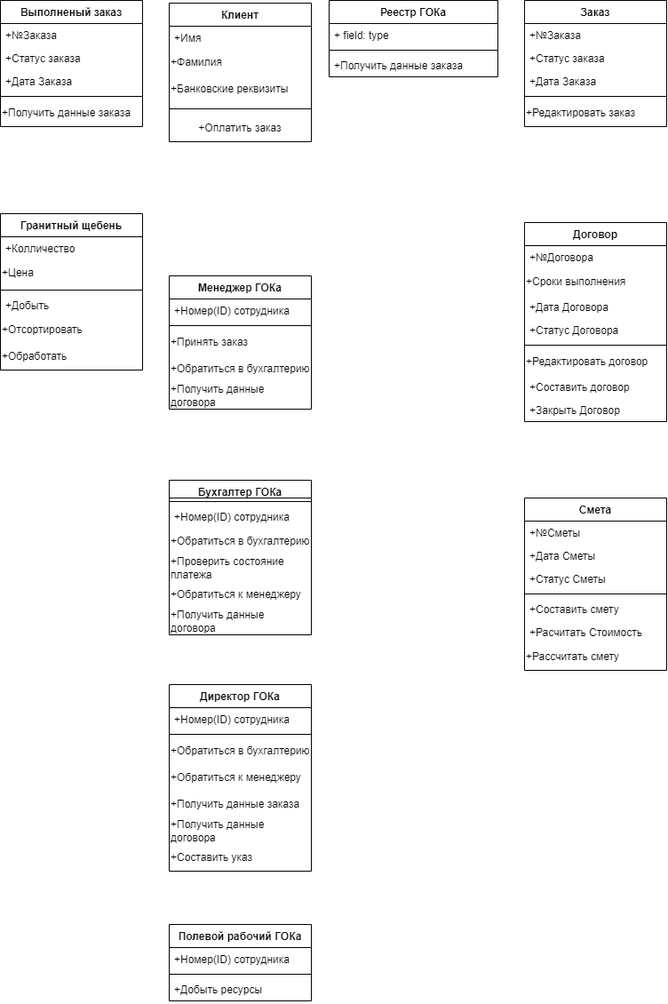
Earlier version of the draw.io export Class_Diagram.drawio.png (Awftf/UML). Source tidied: cells renumbered, new cells last; positions are measured from the earlier drawing's top-left corner, leaving out a move shared by most shapes.
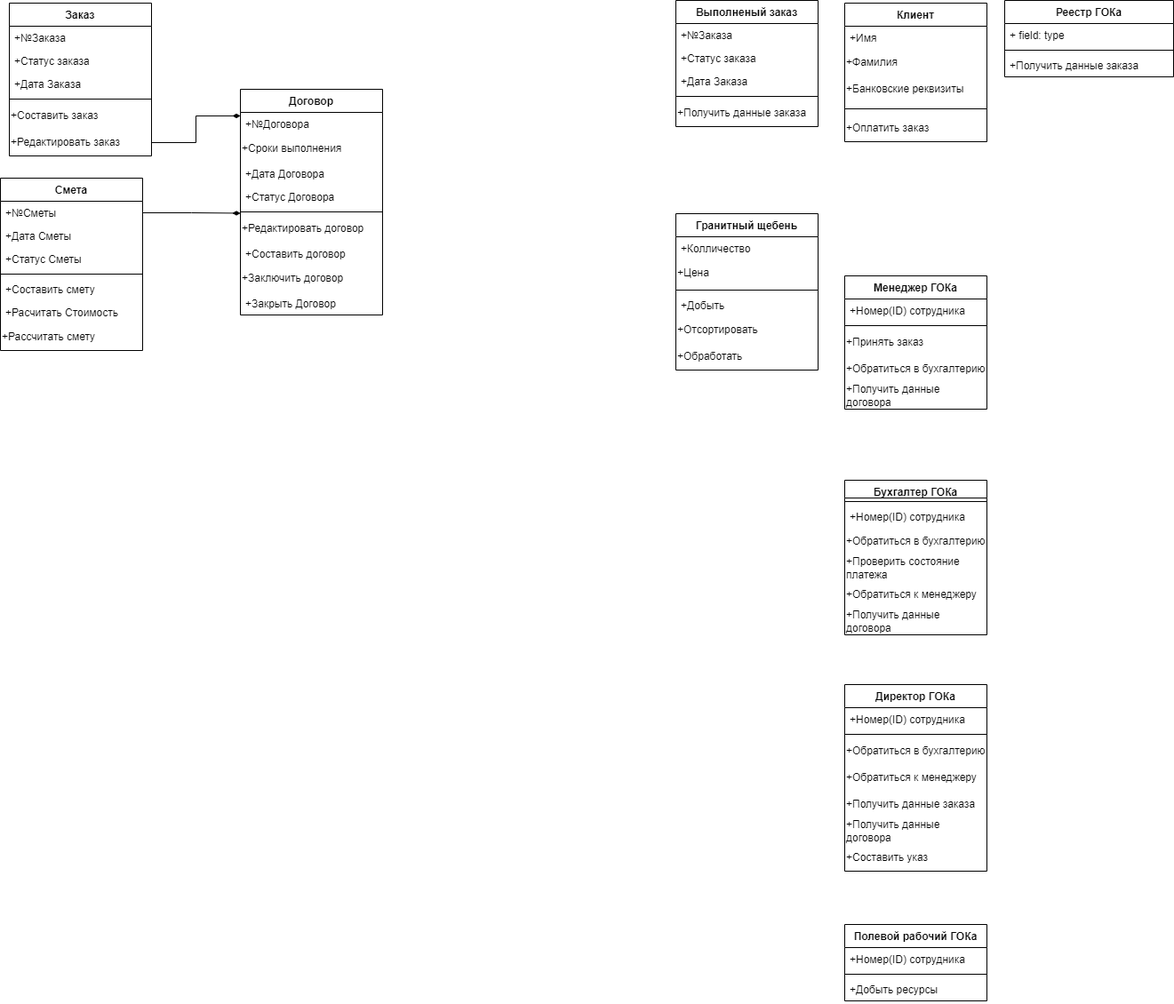
Above is the later version.

The edit, as a diff of the source:
```diff
@@ -15,7 +15,7 @@
       <mxGeometry y="60" width="160" height="26" as="geometry" />
     </mxCell>
     <mxCell id="6" value="Договор" style="swimlane;fontStyle=1;align=center;verticalAlign=top;horizontal=1;startSize=26;" parent="1" vertex="1">
-      <mxGeometry x="590" y="250" width="160" height="224" as="geometry" />
+      <mxGeometry x="-490" y="100" width="160" height="254" as="geometry" />
     </mxCell>
     <mxCell id="7" value="+№Договора" style="text;strokeColor=none;fillColor=none;align=left;verticalAlign=top;spacingLeft=4;spacingRight=4;overflow=hidden;points=[[0,0.5],[1,0.5]];portConstraint=eastwest;" parent="6" vertex="1">
       <mxGeometry y="26" width="160" height="26" as="geometry" />
@@ -38,11 +38,14 @@
     <mxCell id="13" value="+Составить договор" style="text;strokeColor=none;fillColor=none;align=left;verticalAlign=top;spacingLeft=4;spacingRight=4;overflow=hidden;" parent="6" vertex="1">
       <mxGeometry y="172" width="160" height="26" as="geometry" />
     </mxCell>
+    <mxCell id="74" value="+Заключить договор" style="text;html=1;strokeColor=none;fillColor=none;align=left;verticalAlign=middle;whiteSpace=wrap;rounded=0;" parent="6" vertex="1">
+      <mxGeometry y="198" width="160" height="30" as="geometry" />
+    </mxCell>
     <mxCell id="14" value="+Закрыть Договор" style="text;strokeColor=none;fillColor=none;align=left;verticalAlign=top;spacingLeft=4;spacingRight=4;overflow=hidden;" parent="6" vertex="1">
-      <mxGeometry y="198" width="160" height="26" as="geometry" />
+      <mxGeometry y="228" width="160" height="26" as="geometry" />
     </mxCell>
     <mxCell id="15" value="Заказ" style="swimlane;fontStyle=1;align=center;verticalAlign=top;horizontal=1;startSize=26;" parent="1" vertex="1">
-      <mxGeometry x="590" width="160" height="142" as="geometry" />
+      <mxGeometry x="-750" y="3" width="160" height="172" as="geometry" />
     </mxCell>
     <mxCell id="16" value="+№Заказа" style="text;strokeColor=none;fillColor=none;align=left;verticalAlign=top;spacingLeft=4;spacingRight=4;overflow=hidden;" parent="15" vertex="1">
       <mxGeometry y="26" width="160" height="26" as="geometry" />
@@ -56,11 +59,14 @@
     <mxCell id="19" style="line;strokeWidth=1;fillColor=none;align=left;verticalAlign=middle;spacingTop=-1;spacingLeft=3;spacingRight=3;labelPosition=right;" parent="15" vertex="1">
       <mxGeometry y="104" width="160" height="8" as="geometry" />
     </mxCell>
+    <mxCell id="75" value="+Составить заказ" style="text;html=1;strokeColor=none;fillColor=none;align=left;verticalAlign=middle;whiteSpace=wrap;rounded=0;" parent="15" vertex="1">
+      <mxGeometry y="112" width="160" height="30" as="geometry" />
+    </mxCell>
     <mxCell id="20" value="+Редактировать заказ" style="text;html=1;strokeColor=none;fillColor=none;align=left;verticalAlign=middle;whiteSpace=wrap;rounded=0;" parent="15" vertex="1">
-      <mxGeometry y="112" width="160" height="30" as="geometry" />
+      <mxGeometry y="142" width="160" height="30" as="geometry" />
     </mxCell>
     <mxCell id="21" value="Смета" style="swimlane;fontStyle=1;align=center;verticalAlign=top;horizontal=1;startSize=26;" parent="1" vertex="1">
-      <mxGeometry x="590" y="560" width="160" height="194" as="geometry" />
+      <mxGeometry x="-760" y="200" width="160" height="194" as="geometry" />
     </mxCell>
     <mxCell id="22" value="+№Сметы" style="text;strokeColor=none;fillColor=none;align=left;verticalAlign=top;spacingLeft=4;spacingRight=4;overflow=hidden;points=[[0,0.5],[1,0.5]];portConstraint=eastwest;" parent="21" vertex="1">
       <mxGeometry y="26" width="160" height="26" as="geometry" />
@@ -101,7 +107,7 @@
     <mxCell id="34" style="line;strokeWidth=1;fillColor=none;align=left;verticalAlign=middle;spacingTop=-1;spacingLeft=3;spacingRight=3;labelPosition=right;" parent="30" vertex="1">
       <mxGeometry y="112" width="160" height="14" as="geometry" />
     </mxCell>
-    <mxCell id="35" value="+Оплатить заказ" style="text;html=1;strokeColor=none;fillColor=none;align=center;verticalAlign=middle;whiteSpace=wrap;rounded=0;" parent="30" vertex="1">
+    <mxCell id="35" value="+Оплатить заказ" style="text;html=1;strokeColor=none;fillColor=none;align=left;verticalAlign=middle;whiteSpace=wrap;rounded=0;" parent="30" vertex="1">
       <mxGeometry y="126" width="160" height="30" as="geometry" />
     </mxCell>
     <mxCell id="36" value="Выполненый заказ" style="swimlane;fontStyle=1;align=center;verticalAlign=top;horizontal=1;startSize=26;" parent="1" vertex="1">
@@ -218,5 +224,11 @@
     <mxCell id="73" value="+Получить данные заказа" style="text;strokeColor=none;fillColor=none;align=left;verticalAlign=top;spacingLeft=4;spacingRight=4;overflow=hidden;" parent="70" vertex="1">
       <mxGeometry y="60" width="190" height="26" as="geometry" />
     </mxCell>
+    <mxCell id="76" style="edgeStyle=orthogonalEdgeStyle;rounded=0;jettySize=auto;html=1;exitX=1;exitY=0.5;exitDx=0;exitDy=0;entryX=0;entryY=0.152;entryDx=0;entryDy=0;entryPerimeter=0;endArrow=diamondThin;endFill=1;" parent="1" edge="1" source="20" target="7">
+      <mxGeometry relative="1" as="geometry" />
+    </mxCell>
+    <mxCell id="77" style="edgeStyle=orthogonalEdgeStyle;rounded=0;jettySize=auto;html=1;exitX=1;exitY=0.5;exitDx=0;exitDy=0;entryX=0;entryY=0.685;entryDx=0;entryDy=0;entryPerimeter=0;endArrow=diamondThin;endFill=1;" parent="1" edge="1" source="22" target="11">
+      <mxGeometry relative="1" as="geometry" />
+    </mxCell>
   </root>
 </mxGraphModel>
```
